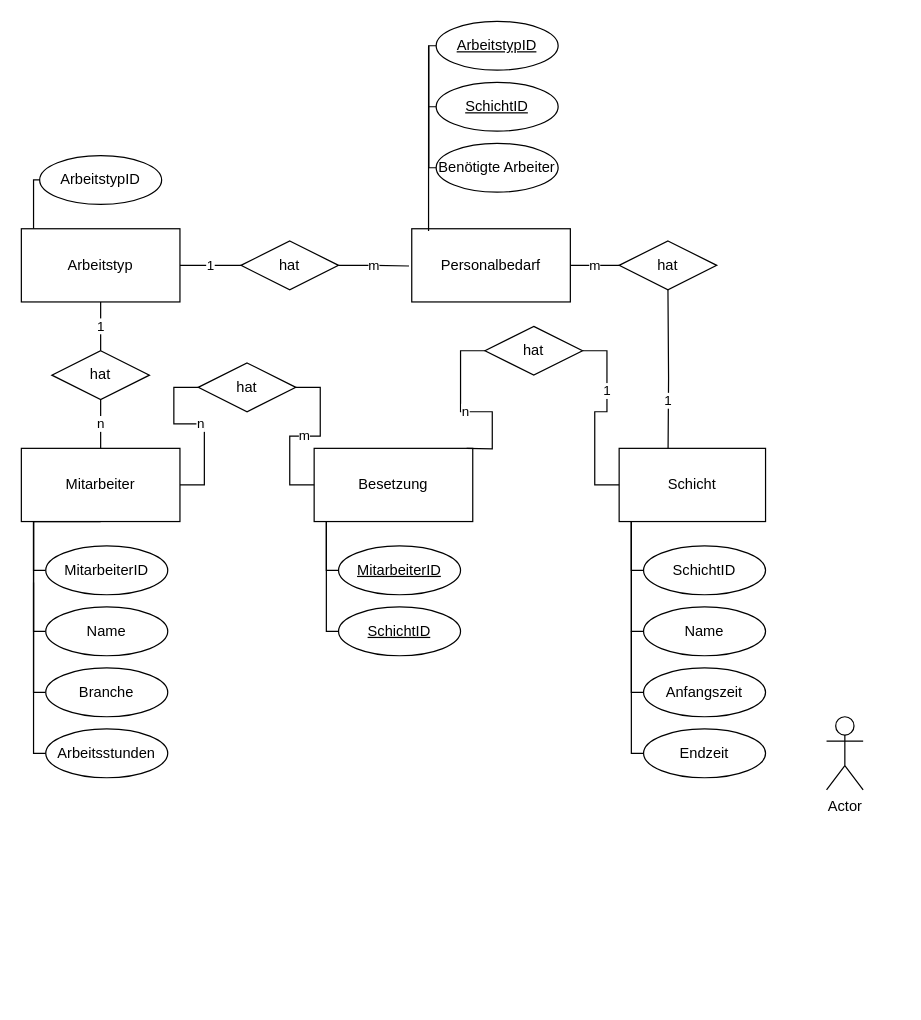
Before: Planungsdokumente/ER_Diagramm_Personalplanung.drawio in PaddedLilly/Projekt-Schwimmbad---Personalplanung, a draw.io diagram. Source tidied: cells renumbered, new cells numbered last; positions are measured from the earlier drawing's top-left corner, leaving out a move shared by most shapes. Both pictures are drawn from the tidied source at 122%, with x=0, y=0 at pixel (21, 21).
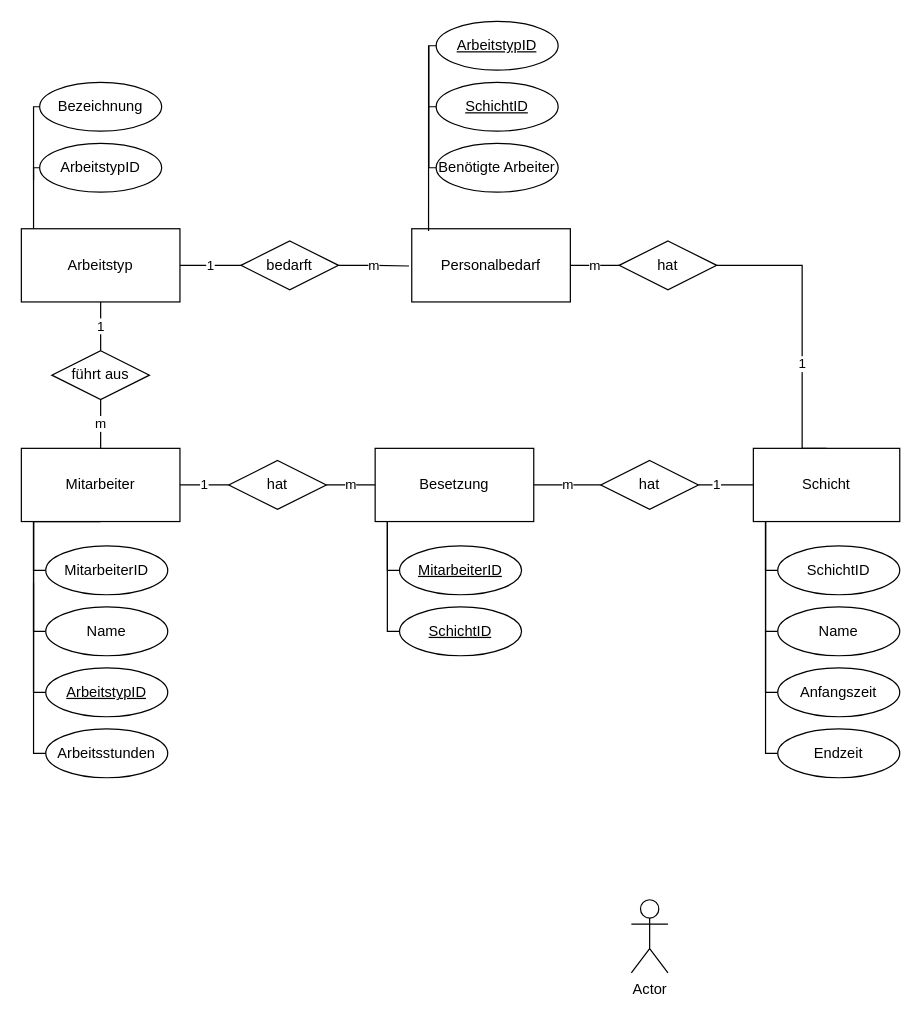
After the change.

The change refers to these unchanged cells:
```xml
<mxCell id="6" value="Mitarbeiter" style="rounded=0;whiteSpace=wrap;html=1;" parent="1" vertex="1">
  <mxGeometry y="350" width="130" height="60" as="geometry" />
</mxCell>
<mxCell id="24" value="Arbeitstyp" style="whiteSpace=wrap;html=1;" parent="1" vertex="1">
  <mxGeometry y="170" width="130" height="60" as="geometry" />
</mxCell>
<mxCell id="34" value="hat" style="rhombus;whiteSpace=wrap;html=1;shapeInside=1;" parent="1" vertex="1">
  <mxGeometry x="490" y="180" width="80" height="40" as="geometry" />
</mxCell>
```

Diff of the diagram source:
```diff
@@
-    <mxCell id="5" value="n" style="edgeStyle=orthogonalEdgeStyle;shape=connector;rounded=0;jettySize=auto;html=1;entryX=0;entryY=0.5;entryDx=0;entryDy=0;strokeColor=default;align=center;verticalAlign=middle;fontFamily=Helvetica;fontSize=11;fontColor=default;labelBackgroundColor=default;defaultLabelBackgroundColor=page;labelPadding=0 4;endArrow=none;endFill=0;" parent="1" edge="1" source="6" target="43">
+    <mxCell id="5" value="1" style="edgeStyle=orthogonalEdgeStyle;shape=connector;rounded=0;jettySize=auto;html=1;entryX=0;entryY=0.5;entryDx=0;entryDy=0;strokeColor=default;align=center;verticalAlign=middle;fontFamily=Helvetica;fontSize=11;fontColor=default;labelBackgroundColor=default;defaultLabelBackgroundColor=page;labelPadding=0 4;endArrow=none;endFill=0;" parent="1" edge="1" source="6" target="43">
       <mxGeometry relative="1" as="geometry" />
     </mxCell>
@@
-    <mxCell id="8" value="Branche" style="ellipse;whiteSpace=wrap;html=1;shapeInside=1;" parent="1" vertex="1">
+    <mxCell id="8" value="&lt;u&gt;ArbeitstypID&lt;/u&gt;" style="ellipse;whiteSpace=wrap;html=1;shapeInside=1;" parent="1" vertex="1">
       <mxGeometry x="20" y="530" width="100" height="40" as="geometry" />
     </mxCell>
@@
-    <mxCell id="12" value="1" style="edgeStyle=orthogonalEdgeStyle;shape=connector;rounded=0;jettySize=auto;html=1;entryX=0.5;entryY=1;entryDx=0;entryDy=0;strokeColor=default;align=center;verticalAlign=middle;fontFamily=Helvetica;fontSize=11;fontColor=default;labelBackgroundColor=default;defaultLabelBackgroundColor=page;labelPadding=0 4;endArrow=none;endFill=0;" parent="1" edge="1" target="34">
+    <mxCell id="12" value="1" style="edgeStyle=orthogonalEdgeStyle;shape=connector;rounded=0;jettySize=auto;html=1;entryX=1;entryY=0.5;entryDx=0;entryDy=0;strokeColor=default;align=center;verticalAlign=middle;fontFamily=Helvetica;fontSize=11;fontColor=default;labelBackgroundColor=default;defaultLabelBackgroundColor=page;labelPadding=0 4;endArrow=none;endFill=0;exitX=0.5;exitY=0;exitDx=0;exitDy=0;" parent="1" edge="1" source="14" target="34">
       <mxGeometry x="-0.26" relative="1" as="geometry">
-        <mxPoint x="530" y="365" as="sourcePoint" />
+        <Array as="points">
+          <mxPoint x="640" y="350" />
+          <mxPoint x="640" y="200" />
+        </Array>
       </mxGeometry>
     </mxCell>
     <mxCell id="13" style="edgeStyle=orthogonalEdgeStyle;shape=connector;rounded=0;jettySize=auto;html=1;entryX=0;entryY=0.5;entryDx=0;entryDy=0;strokeColor=default;align=center;verticalAlign=middle;fontFamily=Helvetica;fontSize=11;fontColor=default;labelBackgroundColor=default;defaultLabelBackgroundColor=page;labelPadding=0 4;endArrow=none;endFill=0;" parent="1" edge="1" source="14" target="38">
       <mxGeometry x="-0.3" relative="1" as="geometry">
         <Array as="points">
-          <mxPoint x="500" y="500" />
+          <mxPoint x="610" y="500" />
         </Array>
       </mxGeometry>
     </mxCell>
     <mxCell id="14" value="Schicht" style="rounded=0;whiteSpace=wrap;html=1;" parent="1" vertex="1">
-      <mxGeometry x="490" y="350" width="120" height="60" as="geometry" />
+      <mxGeometry x="600" y="350" width="120" height="60" as="geometry" />
     </mxCell>
     <mxCell id="15" style="edgeStyle=orthogonalEdgeStyle;rounded=0;jettySize=auto;html=1;entryX=0;entryY=0.5;entryDx=0;entryDy=0;defaultLabelBackgroundColor=page;labelPadding=0 4;endArrow=none;endFill=0;" parent="1" edge="1" target="17">
       <mxGeometry relative="1" as="geometry">
-        <mxPoint x="500" y="410" as="sourcePoint" />
+        <mxPoint x="610" y="410" as="sourcePoint" />
         <Array as="points">
-          <mxPoint x="500" y="450" />
+          <mxPoint x="610" y="450" />
         </Array>
       </mxGeometry>
     </mxCell>
     <mxCell id="16" style="edgeStyle=orthogonalEdgeStyle;rounded=0;jettySize=auto;html=1;entryX=0;entryY=0.5;entryDx=0;entryDy=0;defaultLabelBackgroundColor=page;labelPadding=0 4;endArrow=none;endFill=0;" parent="1" edge="1" target="18">
       <mxGeometry x="-0.29" relative="1" as="geometry">
-        <mxPoint x="500" y="410" as="sourcePoint" />
+        <mxPoint x="610" y="410" as="sourcePoint" />
         <Array as="points">
-          <mxPoint x="500" y="550" />
+          <mxPoint x="610" y="550" />
         </Array>
       </mxGeometry>
     </mxCell>
     <mxCell id="17" value="SchichtID" style="ellipse;whiteSpace=wrap;html=1;shapeInside=1;" parent="1" vertex="1">
-      <mxGeometry x="510" y="430" width="100" height="40" as="geometry" />
+      <mxGeometry x="620" y="430" width="100" height="40" as="geometry" />
     </mxCell>
     <mxCell id="18" value="Anfangszeit" style="ellipse;whiteSpace=wrap;html=1;shapeInside=1;" parent="1" vertex="1">
-      <mxGeometry x="510" y="530" width="100" height="40" as="geometry" />
+      <mxGeometry x="620" y="530" width="100" height="40" as="geometry" />
     </mxCell>
@@
     <mxCell id="22" style="edgeStyle=orthogonalEdgeStyle;shape=connector;rounded=0;jettySize=auto;html=1;strokeColor=default;align=center;verticalAlign=middle;fontFamily=Helvetica;fontSize=11;fontColor=default;labelBackgroundColor=default;defaultLabelBackgroundColor=page;labelPadding=0 4;endArrow=none;endFill=0;" parent="1" edge="1" source="24">
       <mxGeometry x="0.45" relative="1" as="geometry">
         <mxPoint x="80" y="130" as="targetPoint" />
         <Array as="points">
-          <mxPoint x="10" y="130" />
+          <mxPoint x="10" y="120" />
+          <mxPoint x="80" y="120" />
         </Array>
       </mxGeometry>
     </mxCell>
@@
     <mxCell id="25" value="ArbeitstypID" style="ellipse;whiteSpace=wrap;html=1;shapeInside=1;" parent="1" vertex="1">
-      <mxGeometry x="15" y="110" width="100" height="40" as="geometry" />
+      <mxGeometry x="15" y="100" width="100" height="40" as="geometry" />
     </mxCell>
@@
-    <mxCell id="30" value="n" style="edgeStyle=orthogonalEdgeStyle;shape=connector;rounded=0;jettySize=auto;html=1;exitX=0.5;exitY=1;exitDx=0;exitDy=0;entryX=0.5;entryY=0;entryDx=0;entryDy=0;strokeColor=default;align=center;verticalAlign=middle;fontFamily=Helvetica;fontSize=11;fontColor=default;labelBackgroundColor=default;defaultLabelBackgroundColor=page;labelPadding=0 4;endArrow=none;endFill=0;" parent="1" edge="1" source="32" target="6">
+    <mxCell id="30" value="m" style="edgeStyle=orthogonalEdgeStyle;shape=connector;rounded=0;jettySize=auto;html=1;exitX=0.5;exitY=1;exitDx=0;exitDy=0;entryX=0.5;entryY=0;entryDx=0;entryDy=0;strokeColor=default;align=center;verticalAlign=middle;fontFamily=Helvetica;fontSize=11;fontColor=default;labelBackgroundColor=default;defaultLabelBackgroundColor=page;labelPadding=0 4;endArrow=none;endFill=0;" parent="1" edge="1" source="32" target="6">
       <mxGeometry relative="1" as="geometry" />
     </mxCell>
@@
-    <mxCell id="32" value="hat" style="rhombus;whiteSpace=wrap;html=1;shapeInside=1;" parent="1" vertex="1">
+    <mxCell id="32" value="führt aus" style="rhombus;whiteSpace=wrap;html=1;shapeInside=1;" parent="1" vertex="1">
       <mxGeometry x="25" y="270" width="80" height="40" as="geometry" />
     </mxCell>
     <mxCell id="33" value="Actor" style="shape=umlActor;verticalLabelPosition=bottom;verticalAlign=top;html=1;labelPerimeter=1;" parent="1" vertex="1">
-      <mxGeometry x="660" y="570" width="30" height="60" as="geometry" />
+      <mxGeometry x="500" y="720" width="30" height="60" as="geometry" />
     </mxCell>
@@
-    <mxCell id="35" value="hat" style="rhombus;whiteSpace=wrap;html=1;shapeInside=1;" parent="1" vertex="1">
+    <mxCell id="35" value="bedarft" style="rhombus;whiteSpace=wrap;html=1;shapeInside=1;" parent="1" vertex="1">
       <mxGeometry x="180" y="180" width="80" height="40" as="geometry" />
     </mxCell>
     <mxCell id="36" style="edgeStyle=orthogonalEdgeStyle;rounded=0;jettySize=auto;html=1;entryX=0;entryY=0.5;entryDx=0;entryDy=0;defaultLabelBackgroundColor=page;labelPadding=0 4;endArrow=none;endFill=0;" parent="1" edge="1" target="37">
       <mxGeometry x="0.17" relative="1" as="geometry">
-        <mxPoint x="500" y="500" as="sourcePoint" />
+        <mxPoint x="610" y="500" as="sourcePoint" />
         <Array as="points">
-          <mxPoint x="500" y="600" />
+          <mxPoint x="610" y="600" />
         </Array>
       </mxGeometry>
     </mxCell>
     <mxCell id="37" value="Endzeit" style="ellipse;whiteSpace=wrap;html=1;shapeInside=1;" parent="1" vertex="1">
-      <mxGeometry x="510" y="580" width="100" height="40" as="geometry" />
+      <mxGeometry x="620" y="580" width="100" height="40" as="geometry" />
     </mxCell>
     <mxCell id="38" value="Name" style="ellipse;whiteSpace=wrap;html=1;shapeInside=1;" parent="1" vertex="1">
-      <mxGeometry x="510" y="480" width="100" height="40" as="geometry" />
+      <mxGeometry x="620" y="480" width="100" height="40" as="geometry" />
     </mxCell>
+    <mxCell id="51" value="m" style="edgeStyle=orthogonalEdgeStyle;rounded=0;jettySize=auto;html=1;entryX=0;entryY=0.5;entryDx=0;entryDy=0;endArrow=none;endFill=0;" parent="1" edge="1" source="39" target="46">
+      <mxGeometry relative="1" as="geometry" />
+    </mxCell>
     <mxCell id="39" value="Besetzung" style="rounded=0;whiteSpace=wrap;html=1;" parent="1" vertex="1">
-      <mxGeometry x="240" y="350" width="130" height="60" as="geometry" />
+      <mxGeometry x="290" y="350" width="130" height="60" as="geometry" />
     </mxCell>
@@
     <mxCell id="43" value="hat" style="rhombus;whiteSpace=wrap;html=1;shapeInside=1;" parent="1" vertex="1">
-      <mxGeometry x="145" y="280" width="80" height="40" as="geometry" />
+      <mxGeometry x="170" y="360" width="80" height="40" as="geometry" />
     </mxCell>
-    <mxCell id="44" value="n" style="edgeStyle=orthogonalEdgeStyle;shape=connector;rounded=0;jettySize=auto;html=1;entryX=0;entryY=0.5;entryDx=0;entryDy=0;strokeColor=default;align=center;verticalAlign=middle;fontFamily=Helvetica;fontSize=11;fontColor=default;labelBackgroundColor=default;defaultLabelBackgroundColor=page;labelPadding=0 4;endArrow=none;endFill=0;" parent="1" edge="1" target="46">
-      <mxGeometry relative="1" as="geometry">
-        <mxPoint x="365" y="350" as="sourcePoint" />
-      </mxGeometry>
-    </mxCell>
@@
     <mxCell id="46" value="hat" style="rhombus;whiteSpace=wrap;html=1;shapeInside=1;" parent="1" vertex="1">
-      <mxGeometry x="380" y="250" width="80" height="40" as="geometry" />
+      <mxGeometry x="475" y="360" width="80" height="40" as="geometry" />
     </mxCell>
     <mxCell id="47" style="edgeStyle=orthogonalEdgeStyle;rounded=0;jettySize=auto;html=1;entryX=0;entryY=0.5;entryDx=0;entryDy=0;defaultLabelBackgroundColor=page;labelPadding=0 4;endArrow=none;endFill=0;" parent="1" edge="1" target="49">
       <mxGeometry relative="1" as="geometry">
-        <mxPoint x="250" y="410" as="sourcePoint" />
+        <mxPoint x="300" y="410" as="sourcePoint" />
         <Array as="points">
-          <mxPoint x="250" y="450" />
+          <mxPoint x="300" y="450" />
         </Array>
       </mxGeometry>
     </mxCell>
     <mxCell id="48" style="edgeStyle=orthogonalEdgeStyle;rounded=0;jettySize=auto;html=1;entryX=0;entryY=0.5;entryDx=0;entryDy=0;defaultLabelBackgroundColor=page;labelPadding=0 4;endArrow=none;endFill=0;" parent="1" edge="1" target="50">
       <mxGeometry x="-0.3" relative="1" as="geometry">
-        <mxPoint x="250" y="410" as="sourcePoint" />
+        <mxPoint x="300" y="410" as="sourcePoint" />
         <Array as="points">
-          <mxPoint x="250" y="500" />
+          <mxPoint x="300" y="500" />
         </Array>
       </mxGeometry>
     </mxCell>
     <mxCell id="49" value="&lt;u&gt;MitarbeiterID&lt;/u&gt;" style="ellipse;whiteSpace=wrap;html=1;shapeInside=1;" parent="1" vertex="1">
-      <mxGeometry x="260" y="430" width="100" height="40" as="geometry" />
+      <mxGeometry x="310" y="430" width="100" height="40" as="geometry" />
     </mxCell>
     <mxCell id="50" value="&lt;u&gt;SchichtID&lt;/u&gt;" style="ellipse;whiteSpace=wrap;html=1;shapeInside=1;" parent="1" vertex="1">
-      <mxGeometry x="260" y="480" width="100" height="40" as="geometry" />
+      <mxGeometry x="310" y="480" width="100" height="40" as="geometry" />
     </mxCell>
+    <mxCell id="52" style="edgeStyle=orthogonalEdgeStyle;shape=connector;rounded=0;jettySize=auto;html=1;strokeColor=default;align=center;verticalAlign=middle;fontFamily=Helvetica;fontSize=11;fontColor=default;labelBackgroundColor=default;defaultLabelBackgroundColor=page;labelPadding=0 4;endArrow=none;endFill=0;" parent="1" edge="1" target="53">
+      <mxGeometry x="0.45" relative="1" as="geometry">
+        <mxPoint x="10" y="130" as="sourcePoint" />
+        <Array as="points">
+          <mxPoint x="10" y="70" />
+        </Array>
+      </mxGeometry>
+    </mxCell>
+    <mxCell id="53" value="Bezeichnung" style="ellipse;whiteSpace=wrap;html=1;shapeInside=1;" parent="1" vertex="1">
+      <mxGeometry x="15" y="50" width="100" height="40" as="geometry" />
+    </mxCell>
```
